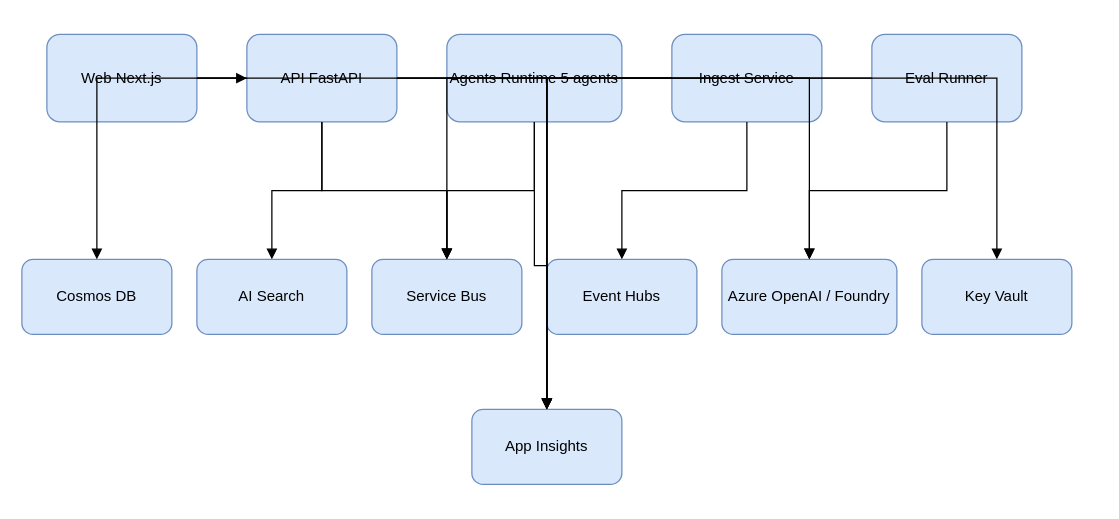
This is docs/architecture/c4/container.drawio from johnbilliris/ama, a draw.io file, before an edit. Source tidied: cells renumbered, new cells numbered last; positions are measured from the earlier drawing's top-left corner, leaving out a move shared by most shapes. Both pictures are drawn from the tidied source at 125%, with x=0, y=0 at pixel (21, 34).
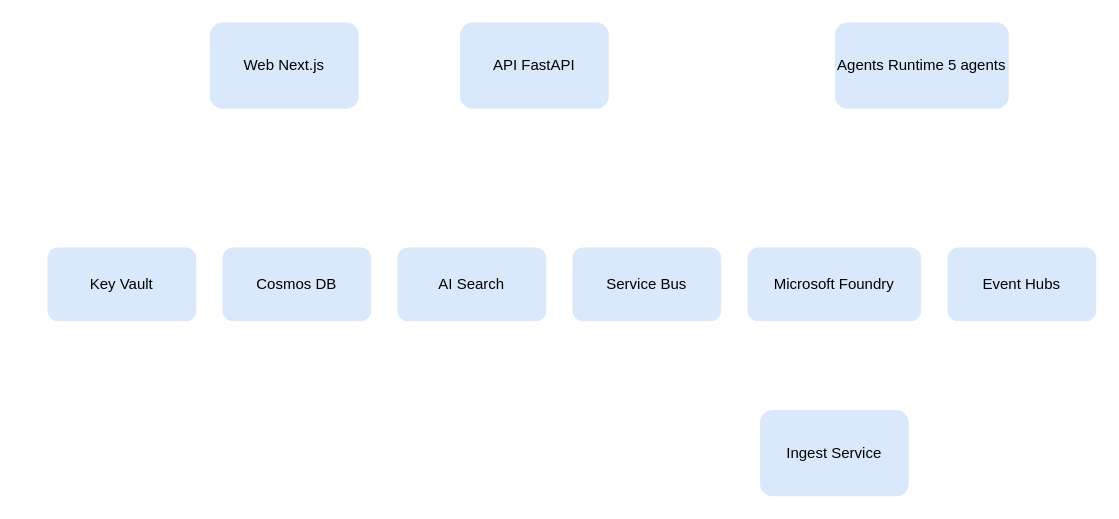
Above is the later version.

What changed in the source:
```diff
@@
-    <mxCell id="2" value="Web&amp;#xa;Next.js" style="rounded=1;whiteSpace=wrap;html=1;fillColor=#dae8fc;strokeColor=#6c8ebf;fontSize=12;" parent="1" vertex="1">
-      <mxGeometry x="20" width="120" height="70" as="geometry" />
+    <mxCell id="2" value="Web&amp;#xa;Next.js" style="rounded=1;whiteSpace=wrap;html=1;fillColor=#dae8fc;strokeColor=#FFFFFF;fontSize=12;" parent="1" vertex="1">
+      <mxGeometry x="150" y="-10" width="120" height="70" as="geometry" />
     </mxCell>
-    <mxCell id="3" value="API&amp;#xa;FastAPI" style="rounded=1;whiteSpace=wrap;html=1;fillColor=#dae8fc;strokeColor=#6c8ebf;fontSize=12;" parent="1" vertex="1">
-      <mxGeometry x="180" width="120" height="70" as="geometry" />
+    <mxCell id="3" value="API&amp;#xa;FastAPI" style="rounded=1;whiteSpace=wrap;html=1;fillColor=#dae8fc;strokeColor=#FFFFFF;fontSize=12;" parent="1" vertex="1">
+      <mxGeometry x="350" y="-10" width="120" height="70" as="geometry" />
     </mxCell>
-    <mxCell id="4" value="Agents Runtime&amp;#xa;5 agents" style="rounded=1;whiteSpace=wrap;html=1;fillColor=#dae8fc;strokeColor=#6c8ebf;fontSize=12;" parent="1" vertex="1">
-      <mxGeometry x="340" width="140" height="70" as="geometry" />
+    <mxCell id="4" value="Agents Runtime&amp;#xa;5 agents" style="rounded=1;whiteSpace=wrap;html=1;fillColor=#dae8fc;strokeColor=#FFFFFF;fontSize=12;" parent="1" vertex="1">
+      <mxGeometry x="650" y="-10" width="140" height="70" as="geometry" />
     </mxCell>
-    <mxCell id="5" value="Ingest Service" style="rounded=1;whiteSpace=wrap;html=1;fillColor=#dae8fc;strokeColor=#6c8ebf;fontSize=12;" parent="1" vertex="1">
-      <mxGeometry x="520" width="120" height="70" as="geometry" />
+    <mxCell id="5" value="Ingest Service" style="rounded=1;whiteSpace=wrap;html=1;fillColor=#dae8fc;strokeColor=#FFFFFF;fontSize=12;" parent="1" vertex="1">
+      <mxGeometry x="590" y="300" width="120" height="70" as="geometry" />
     </mxCell>
-    <mxCell id="6" value="Eval Runner" style="rounded=1;whiteSpace=wrap;html=1;fillColor=#dae8fc;strokeColor=#6c8ebf;fontSize=12;" parent="1" vertex="1">
-      <mxGeometry x="680" width="120" height="70" as="geometry" />
-    </mxCell>
-    <mxCell id="7" value="Cosmos DB" style="rounded=1;whiteSpace=wrap;html=1;fillColor=#dae8fc;strokeColor=#6c8ebf;fontSize=12;" parent="1" vertex="1">
-      <mxGeometry y="180" width="120" height="60" as="geometry" />
+    <mxCell id="7" value="Cosmos DB" style="rounded=1;whiteSpace=wrap;html=1;fillColor=#dae8fc;strokeColor=#FFFFFF;fontSize=12;" parent="1" vertex="1">
+      <mxGeometry x="160" y="170" width="120" height="60" as="geometry" />
     </mxCell>
-    <mxCell id="8" value="AI Search" style="rounded=1;whiteSpace=wrap;html=1;fillColor=#dae8fc;strokeColor=#6c8ebf;fontSize=12;" parent="1" vertex="1">
-      <mxGeometry x="140" y="180" width="120" height="60" as="geometry" />
+    <mxCell id="8" value="AI Search" style="rounded=1;whiteSpace=wrap;html=1;fillColor=#dae8fc;strokeColor=#FFFFFF;fontSize=12;" parent="1" vertex="1">
+      <mxGeometry x="300" y="170" width="120" height="60" as="geometry" />
     </mxCell>
-    <mxCell id="9" value="Service Bus" style="rounded=1;whiteSpace=wrap;html=1;fillColor=#dae8fc;strokeColor=#6c8ebf;fontSize=12;" parent="1" vertex="1">
-      <mxGeometry x="280" y="180" width="120" height="60" as="geometry" />
+    <mxCell id="9" value="Service Bus" style="rounded=1;whiteSpace=wrap;html=1;fillColor=#dae8fc;strokeColor=#FFFFFF;fontSize=12;" parent="1" vertex="1">
+      <mxGeometry x="440" y="170" width="120" height="60" as="geometry" />
     </mxCell>
-    <mxCell id="10" value="Event Hubs" style="rounded=1;whiteSpace=wrap;html=1;fillColor=#dae8fc;strokeColor=#6c8ebf;fontSize=12;" parent="1" vertex="1">
-      <mxGeometry x="420" y="180" width="120" height="60" as="geometry" />
+    <mxCell id="10" value="Event Hubs" style="rounded=1;whiteSpace=wrap;html=1;fillColor=#dae8fc;strokeColor=#FFFFFF;fontSize=12;" parent="1" vertex="1">
+      <mxGeometry x="740" y="170" width="120" height="60" as="geometry" />
     </mxCell>
-    <mxCell id="11" value="Azure OpenAI /&amp;#xa;Foundry" style="rounded=1;whiteSpace=wrap;html=1;fillColor=#dae8fc;strokeColor=#6c8ebf;fontSize=12;" parent="1" vertex="1">
-      <mxGeometry x="560" y="180" width="140" height="60" as="geometry" />
+    <mxCell id="11" value="Microsoft Foundry" style="rounded=1;whiteSpace=wrap;html=1;fillColor=#dae8fc;strokeColor=#FFFFFF;fontSize=12;" parent="1" vertex="1">
+      <mxGeometry x="580" y="170" width="140" height="60" as="geometry" />
     </mxCell>
-    <mxCell id="12" value="Key Vault" style="rounded=1;whiteSpace=wrap;html=1;fillColor=#dae8fc;strokeColor=#6c8ebf;fontSize=12;" parent="1" vertex="1">
-      <mxGeometry x="720" y="180" width="120" height="60" as="geometry" />
+    <mxCell id="12" value="Key Vault" style="rounded=1;whiteSpace=wrap;html=1;fillColor=#dae8fc;strokeColor=#FFFFFF;fontSize=12;" parent="1" vertex="1">
+      <mxGeometry x="20" y="170" width="120" height="60" as="geometry" />
     </mxCell>
-    <mxCell id="13" value="App Insights" style="rounded=1;whiteSpace=wrap;html=1;fillColor=#dae8fc;strokeColor=#6c8ebf;fontSize=12;" parent="1" vertex="1">
-      <mxGeometry x="360" y="300" width="120" height="60" as="geometry" />
-    </mxCell>
-    <mxCell id="14" style="edgeStyle=orthogonalEdgeStyle;rounded=0;jettySize=auto;html=1;endArrow=block;endFill=1;" parent="1" edge="1" source="2" target="3">
+    <mxCell id="14" style="edgeStyle=orthogonalEdgeStyle;rounded=0;jettySize=auto;html=1;endArrow=block;endFill=1;strokeColor=#FFFFFF;" parent="1" edge="1" source="2" target="3">
       <mxGeometry relative="1" as="geometry" />
     </mxCell>
-    <mxCell id="15" style="edgeStyle=orthogonalEdgeStyle;rounded=0;jettySize=auto;html=1;endArrow=block;endFill=1;" parent="1" edge="1" source="3" target="7">
-      <mxGeometry relative="1" as="geometry" />
+    <mxCell id="15" style="edgeStyle=orthogonalEdgeStyle;rounded=0;jettySize=auto;html=1;endArrow=block;endFill=1;jumpStyle=arc;jumpSize=10;strokeColor=#FFFFFF;" parent="1" edge="1" source="3" target="7">
+      <mxGeometry relative="1" as="geometry">
+        <Array as="points">
+          <mxPoint x="410" y="100" />
+          <mxPoint x="220" y="100" />
+        </Array>
+      </mxGeometry>
     </mxCell>
-    <mxCell id="16" style="edgeStyle=orthogonalEdgeStyle;rounded=0;jettySize=auto;html=1;endArrow=block;endFill=1;" parent="1" edge="1" source="3" target="8">
-      <mxGeometry relative="1" as="geometry" />
+    <mxCell id="16" style="edgeStyle=orthogonalEdgeStyle;rounded=0;jettySize=auto;html=1;endArrow=block;endFill=1;jumpStyle=arc;jumpSize=10;strokeColor=#FFFFFF;" parent="1" edge="1" source="3" target="8">
+      <mxGeometry relative="1" as="geometry">
+        <Array as="points">
+          <mxPoint x="410" y="100" />
+          <mxPoint x="370" y="100" />
+        </Array>
+      </mxGeometry>
     </mxCell>
-    <mxCell id="17" style="edgeStyle=orthogonalEdgeStyle;rounded=0;jettySize=auto;html=1;endArrow=block;endFill=1;" parent="1" edge="1" source="3" target="9">
-      <mxGeometry relative="1" as="geometry" />
+    <mxCell id="17" style="edgeStyle=orthogonalEdgeStyle;rounded=0;jettySize=auto;html=1;endArrow=block;endFill=1;jumpStyle=arc;jumpSize=10;strokeColor=#FFFFFF;" parent="1" edge="1" source="3" target="9">
+      <mxGeometry relative="1" as="geometry">
+        <Array as="points">
+          <mxPoint x="410" y="100" />
+          <mxPoint x="510" y="100" />
+        </Array>
+      </mxGeometry>
     </mxCell>
-    <mxCell id="18" style="edgeStyle=orthogonalEdgeStyle;rounded=0;jettySize=auto;html=1;endArrow=block;endFill=1;" parent="1" edge="1" source="3" target="12">
-      <mxGeometry relative="1" as="geometry" />
+    <mxCell id="18" style="edgeStyle=orthogonalEdgeStyle;rounded=0;jettySize=auto;html=1;endArrow=block;endFill=1;jumpStyle=arc;jumpSize=10;strokeColor=#FFFFFF;" parent="1" edge="1" source="3" target="12">
+      <mxGeometry relative="1" as="geometry">
+        <Array as="points">
+          <mxPoint x="410" y="100" />
+          <mxPoint x="80" y="100" />
+        </Array>
+      </mxGeometry>
     </mxCell>
-    <mxCell id="19" style="edgeStyle=orthogonalEdgeStyle;rounded=0;jettySize=auto;html=1;endArrow=block;endFill=1;" parent="1" edge="1" source="4" target="9">
-      <mxGeometry relative="1" as="geometry" />
+    <mxCell id="19" style="edgeStyle=orthogonalEdgeStyle;rounded=0;jettySize=auto;html=1;endArrow=block;endFill=1;strokeColor=#FFFFFF;" parent="1" edge="1" source="4" target="10">
+      <mxGeometry relative="1" as="geometry">
+        <Array as="points">
+          <mxPoint x="720" y="100" />
+          <mxPoint x="790" y="100" />
+        </Array>
+      </mxGeometry>
     </mxCell>
-    <mxCell id="20" style="edgeStyle=orthogonalEdgeStyle;rounded=0;jettySize=auto;html=1;endArrow=block;endFill=1;" parent="1" edge="1" source="4" target="11">
-      <mxGeometry relative="1" as="geometry" />
+    <mxCell id="20" style="edgeStyle=orthogonalEdgeStyle;rounded=0;jettySize=auto;html=1;endArrow=block;endFill=1;jumpStyle=arc;jumpSize=10;strokeColor=#FFFFFF;" parent="1" edge="1" source="4" target="11">
+      <mxGeometry relative="1" as="geometry">
+        <Array as="points">
+          <mxPoint x="720" y="100" />
+          <mxPoint x="650" y="100" />
+        </Array>
+      </mxGeometry>
     </mxCell>
-    <mxCell id="21" style="edgeStyle=orthogonalEdgeStyle;rounded=0;jettySize=auto;html=1;endArrow=block;endFill=1;" parent="1" edge="1" source="5" target="10">
-      <mxGeometry relative="1" as="geometry" />
+    <mxCell id="21" style="edgeStyle=orthogonalEdgeStyle;rounded=0;jettySize=auto;html=1;endArrow=block;endFill=1;jumpStyle=arc;jumpSize=10;strokeColor=#FFFFFF;" parent="1" edge="1" source="5" target="10">
+      <mxGeometry relative="1" as="geometry">
+        <Array as="points">
+          <mxPoint x="790" y="335" />
+        </Array>
+      </mxGeometry>
     </mxCell>
-    <mxCell id="22" style="edgeStyle=orthogonalEdgeStyle;rounded=0;jettySize=auto;html=1;endArrow=block;endFill=1;" parent="1" edge="1" source="5" target="9">
+    <mxCell id="22" style="edgeStyle=orthogonalEdgeStyle;rounded=0;jettySize=auto;html=1;endArrow=block;endFill=1;entryX=0.5;entryY=1;entryDx=0;entryDy=0;exitX=0;exitY=0.5;exitDx=0;exitDy=0;jumpStyle=arc;jumpSize=10;strokeColor=#FFFFFF;" parent="1" edge="1" source="5" target="9">
       <mxGeometry relative="1" as="geometry" />
     </mxCell>
-    <mxCell id="23" style="edgeStyle=orthogonalEdgeStyle;rounded=0;jettySize=auto;html=1;endArrow=block;endFill=1;" parent="1" edge="1" source="6" target="11">
+    <mxCell id="23" style="edgeStyle=orthogonalEdgeStyle;rounded=0;jettySize=auto;html=1;endArrow=block;endFill=1;jumpStyle=arc;jumpSize=10;exitX=0.5;exitY=0;exitDx=0;exitDy=0;entryX=0.5;entryY=1;entryDx=0;entryDy=0;strokeColor=#FFFFFF;" parent="1" edge="1" source="5" target="11">
       <mxGeometry relative="1" as="geometry" />
     </mxCell>
-    <mxCell id="24" style="edgeStyle=orthogonalEdgeStyle;rounded=0;jettySize=auto;html=1;endArrow=block;endFill=1;" parent="1" edge="1" source="2" target="13">
-      <mxGeometry relative="1" as="geometry" />
-    </mxCell>
-    <mxCell id="25" style="edgeStyle=orthogonalEdgeStyle;rounded=0;jettySize=auto;html=1;endArrow=block;endFill=1;" parent="1" edge="1" source="3" target="13">
-      <mxGeometry relative="1" as="geometry" />
-    </mxCell>
-    <mxCell id="26" style="edgeStyle=orthogonalEdgeStyle;rounded=0;jettySize=auto;html=1;endArrow=block;endFill=1;" parent="1" edge="1" source="4" target="13">
-      <mxGeometry relative="1" as="geometry" />
-    </mxCell>
-    <mxCell id="27" style="edgeStyle=orthogonalEdgeStyle;rounded=0;jettySize=auto;html=1;endArrow=block;endFill=1;" parent="1" edge="1" source="5" target="13">
-      <mxGeometry relative="1" as="geometry" />
-    </mxCell>
-    <mxCell id="28" style="edgeStyle=orthogonalEdgeStyle;rounded=0;jettySize=auto;html=1;endArrow=block;endFill=1;" parent="1" edge="1" source="6" target="13">
-      <mxGeometry relative="1" as="geometry" />
-    </mxCell>
+    <mxCell id="29" style="edgeStyle=orthogonalEdgeStyle;rounded=0;jettySize=auto;html=1;endArrow=block;endFill=1;exitX=0.5;exitY=1;exitDx=0;exitDy=0;jumpStyle=arc;jumpSize=10;strokeColor=#FFFFFF;" parent="1" edge="1" source="3">
+      <mxGeometry relative="1" as="geometry">
+        <mxPoint x="650" y="170" as="targetPoint" />
+        <Array as="points">
+          <mxPoint x="410" y="100" />
+          <mxPoint x="650" y="100" />
+          <mxPoint x="650" y="170" />
+        </Array>
+      </mxGeometry>
+    </mxCell>
```
